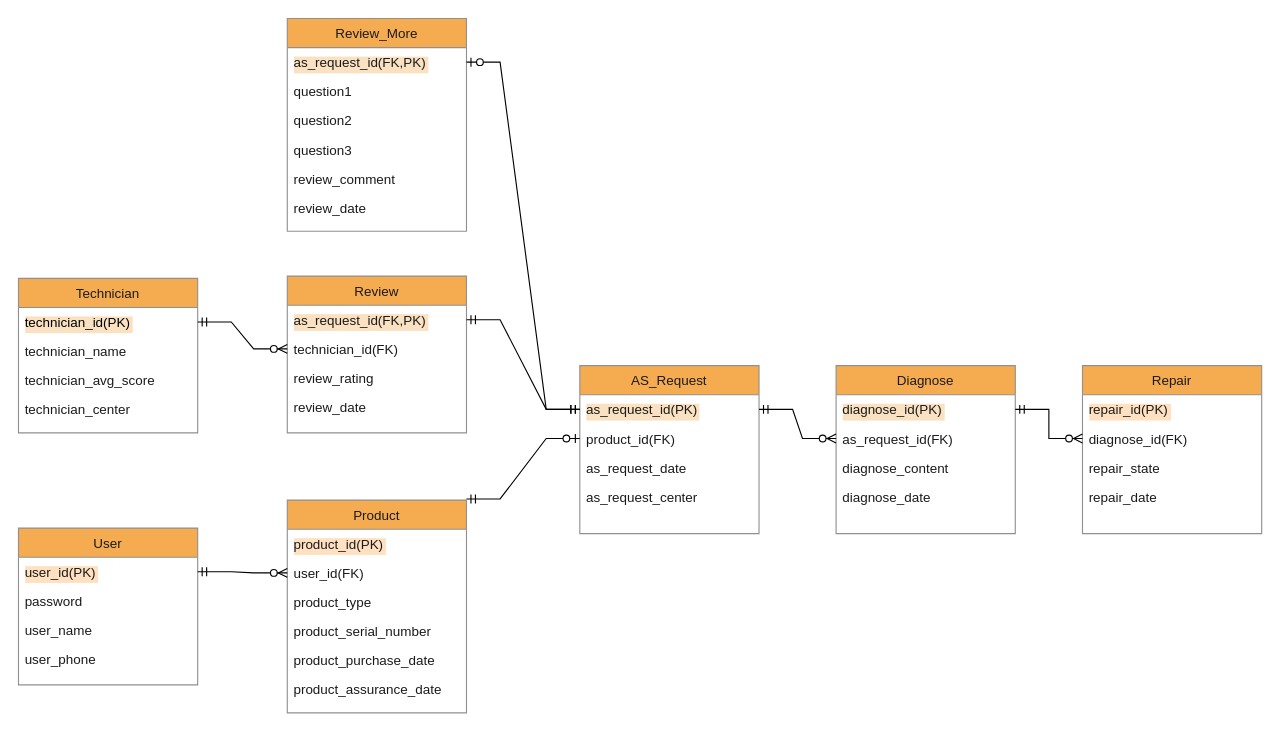
Before: 인도 CS DB.drawio in coin-cidence/FIX_crawling, a draw.io diagram. Source tidied: cells renumbered, new cells numbered last; positions are measured from the earlier drawing's top-left corner, leaving out a move shared by most shapes. Both pictures are drawn from the tidied source at 112%, with x=0, y=0 at pixel (18, 18).
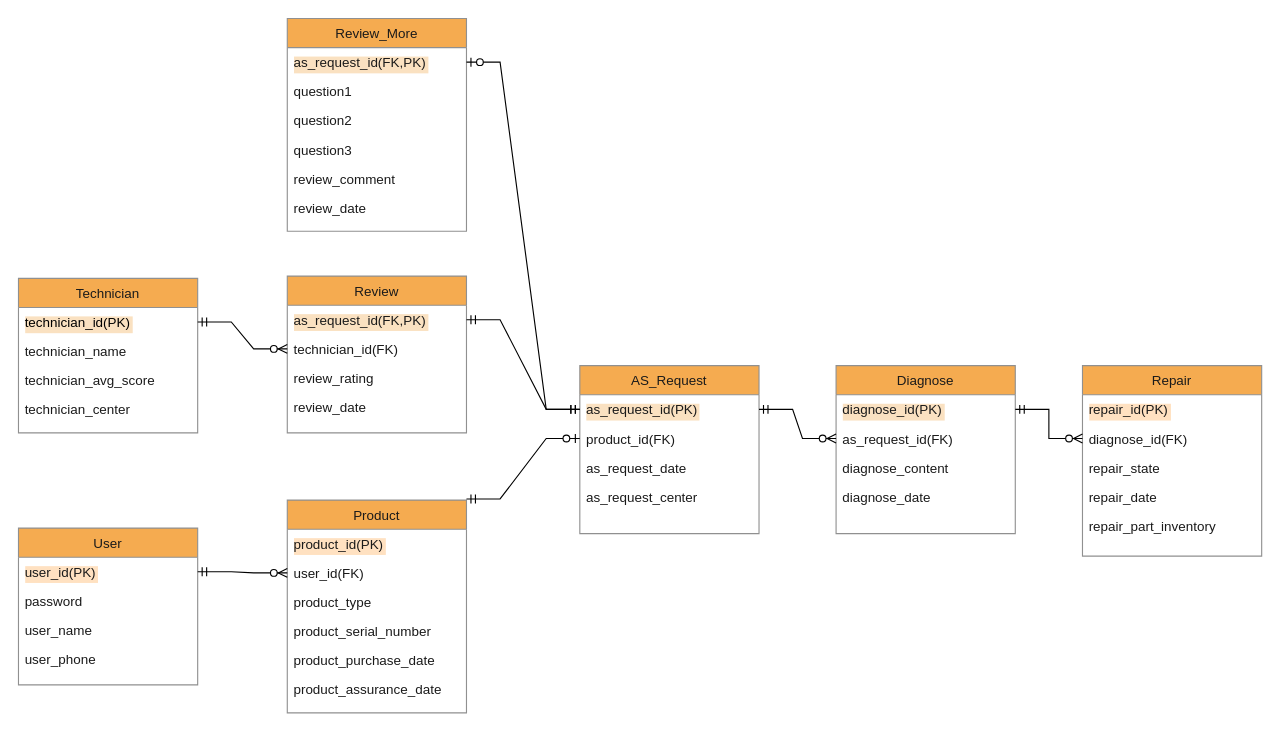
The same page after the edit.

Commit message:
인도 CS DB.drawio 업데이트

What changed in the source:
```diff
@@
     <mxCell id="30" value="Repair" style="swimlane;fontStyle=0;align=center;verticalAlign=top;horizontal=1;startSize=26;rounded=0;shadow=0;strokeWidth=1;labelBackgroundColor=none;fillColor=#F5AB50;strokeColor=#909090;fontColor=#1A1A1A;" parent="1" vertex="1">
-      <mxGeometry x="950" y="310" width="160" height="150" as="geometry" />
+      <mxGeometry x="950" y="310" width="160" height="170" as="geometry" />
     </mxCell>
@@
+    <mxCell id="54" value="repair_part_inventory" style="text;align=left;verticalAlign=top;spacingLeft=4;spacingRight=4;overflow=hidden;rounded=0;shadow=0;html=0;labelBackgroundColor=none;fontColor=#1A1A1A;" parent="30" vertex="1">
+      <mxGeometry y="130" width="160" height="26" as="geometry" />
+    </mxCell>
```
